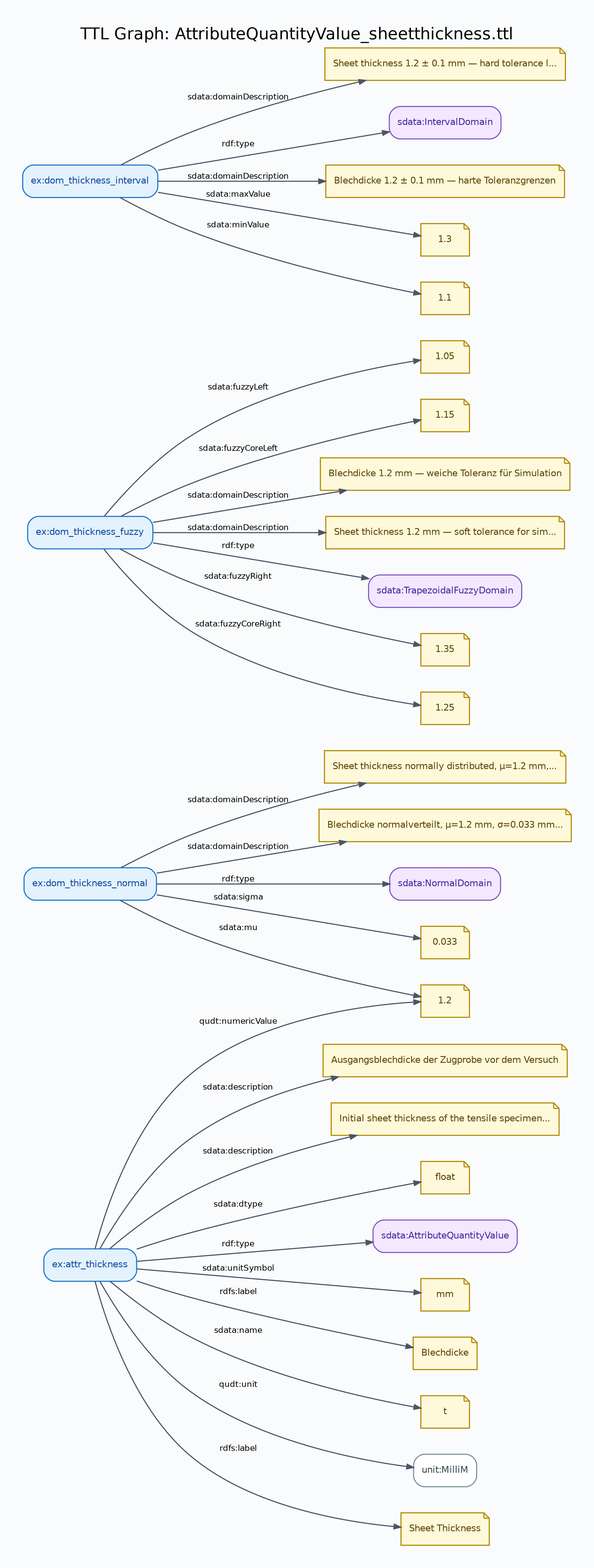
Before: docs/diagrams/AttributeQuantityValue_sheetthickness-graph.png, a diagram exported from Graphviz (lepy/sdata-ontology). Its source is kept beside it as docs/diagrams/AttributeQuantityValue_sheetthickness-graph.dot.
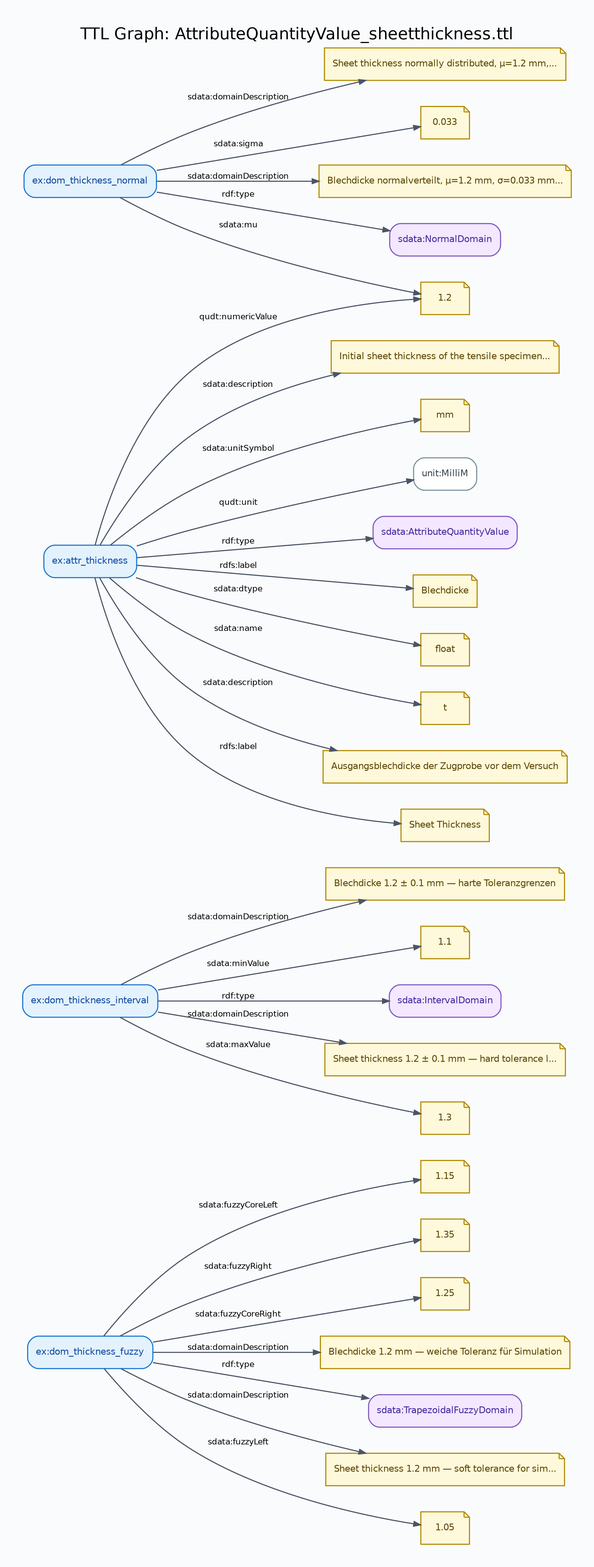
Later version of the same file.

Change to the diagram source:
```diff
@@ -26,101 +26,16 @@
 		fontsize=9,
 		penwidth=1.2
 	];
-	"uri::https://example.org/tensile-test/attr_thickness"	[color="#1976D2",
-		fillcolor="#E3F2FD",
-		fontcolor="#0D47A1",
-		label="ex:attr_thickness"];
-	"lit::Ausgangsblechdicke der Zugprobe vor dem Versuch::::de"	[color="#B08900",
-		fillcolor="#FFF9DB",
-		fontcolor="#5C4500",
-		label="Ausgangsblechdicke der Zugprobe vor dem Versuch",
-		shape=note];
-	"uri::https://example.org/tensile-test/attr_thickness" -> "lit::Ausgangsblechdicke der Zugprobe vor dem Versuch::::de"	[label="sdata:description"];
-	"lit::Initial sheet thickness of the tensile specimen before testing::::en"	[color="#B08900",
-		fillcolor="#FFF9DB",
-		fontcolor="#5C4500",
-		label="Initial sheet thickness of the tensile specimen...",
-		shape=note];
-	"uri::https://example.org/tensile-test/attr_thickness" -> "lit::Initial sheet thickness of the tensile specimen before testing::::en"	[label="sdata:description"];
-	"lit::1.2::http://www.w3.org/2001/XMLSchema#double::"	[color="#B08900",
-		fillcolor="#FFF9DB",
-		fontcolor="#5C4500",
-		label=1.2,
-		shape=note];
-	"uri::https://example.org/tensile-test/attr_thickness" -> "lit::1.2::http://www.w3.org/2001/XMLSchema#double::"	[label="qudt:numericValue"];
-	"uri::http://qudt.org/vocab/unit/MilliM"	[color="#78909C",
-		fillcolor="#FFFFFF",
-		fontcolor="#37474F",
-		label="unit:MilliM"];
-	"uri::https://example.org/tensile-test/attr_thickness" -> "uri::http://qudt.org/vocab/unit/MilliM"	[label="qudt:unit"];
-	"lit::Sheet Thickness::::en"	[color="#B08900",
-		fillcolor="#FFF9DB",
-		fontcolor="#5C4500",
-		label="Sheet Thickness",
-		shape=note];
-	"uri::https://example.org/tensile-test/attr_thickness" -> "lit::Sheet Thickness::::en"	[label="rdfs:label"];
-	"lit::float::::"	[color="#B08900",
-		fillcolor="#FFF9DB",
-		fontcolor="#5C4500",
-		label=float,
-		shape=note];
-	"uri::https://example.org/tensile-test/attr_thickness" -> "lit::float::::"	[label="sdata:dtype"];
-	"uri::https://w3id.org/sdata/core/AttributeQuantityValue"	[color="#7E57C2",
-		fillcolor="#F3E8FF",
-		fontcolor="#4527A0",
-		label="sdata:AttributeQuantityValue"];
-	"uri::https://example.org/tensile-test/attr_thickness" -> "uri::https://w3id.org/sdata/core/AttributeQuantityValue"	[label="rdf:type"];
-	"lit::mm::::"	[color="#B08900",
-		fillcolor="#FFF9DB",
-		fontcolor="#5C4500",
-		label=mm,
-		shape=note];
-	"uri::https://example.org/tensile-test/attr_thickness" -> "lit::mm::::"	[label="sdata:unitSymbol"];
-	"lit::Blechdicke::::de"	[color="#B08900",
-		fillcolor="#FFF9DB",
-		fontcolor="#5C4500",
-		label=Blechdicke,
-		shape=note];
-	"uri::https://example.org/tensile-test/attr_thickness" -> "lit::Blechdicke::::de"	[label="rdfs:label"];
-	"lit::t::::"	[color="#B08900",
-		fillcolor="#FFF9DB",
-		fontcolor="#5C4500",
-		label=t,
-		shape=note];
-	"uri::https://example.org/tensile-test/attr_thickness" -> "lit::t::::"	[label="sdata:name"];
 	"uri::https://example.org/tensile-test/dom_thickness_fuzzy"	[color="#1976D2",
 		fillcolor="#E3F2FD",
 		fontcolor="#0D47A1",
 		label="ex:dom_thickness_fuzzy"];
-	"lit::1.05::http://www.w3.org/2001/XMLSchema#double::"	[color="#B08900",
-		fillcolor="#FFF9DB",
-		fontcolor="#5C4500",
-		label=1.05,
-		shape=note];
-	"uri::https://example.org/tensile-test/dom_thickness_fuzzy" -> "lit::1.05::http://www.w3.org/2001/XMLSchema#double::"	[label="sdata:fuzzyLeft"];
 	"lit::1.15::http://www.w3.org/2001/XMLSchema#double::"	[color="#B08900",
 		fillcolor="#FFF9DB",
 		fontcolor="#5C4500",
 		label=1.15,
 		shape=note];
 	"uri::https://example.org/tensile-test/dom_thickness_fuzzy" -> "lit::1.15::http://www.w3.org/2001/XMLSchema#double::"	[label="sdata:fuzzyCoreLeft"];
-	"lit::Blechdicke 1.2 mm — weiche Toleranz für Simulation::::de"	[color="#B08900",
-		fillcolor="#FFF9DB",
-		fontcolor="#5C4500",
-		label="Blechdicke 1.2 mm — weiche Toleranz für Simulation",
-		shape=note];
-	"uri::https://example.org/tensile-test/dom_thickness_fuzzy" -> "lit::Blechdicke 1.2 mm — weiche Toleranz für Simulation::::de"	[label="sdata:domainDescription"];
-	"lit::Sheet thickness 1.2 mm — soft tolerance for simulation::::en"	[color="#B08900",
-		fillcolor="#FFF9DB",
-		fontcolor="#5C4500",
-		label="Sheet thickness 1.2 mm — soft tolerance for sim...",
-		shape=note];
-	"uri::https://example.org/tensile-test/dom_thickness_fuzzy" -> "lit::Sheet thickness 1.2 mm — soft tolerance for simulation::::en"	[label="sdata:domainDescription"];
-	"uri::https://w3id.org/sdata/core/TrapezoidalFuzzyDomain"	[color="#7E57C2",
-		fillcolor="#F3E8FF",
-		fontcolor="#4527A0",
-		label="sdata:TrapezoidalFuzzyDomain"];
-	"uri::https://example.org/tensile-test/dom_thickness_fuzzy" -> "uri::https://w3id.org/sdata/core/TrapezoidalFuzzyDomain"	[label="rdf:type"];
 	"lit::1.35::http://www.w3.org/2001/XMLSchema#double::"	[color="#B08900",
 		fillcolor="#FFF9DB",
 		fontcolor="#5C4500",
@@ -133,17 +48,84 @@
 		label=1.25,
 		shape=note];
 	"uri::https://example.org/tensile-test/dom_thickness_fuzzy" -> "lit::1.25::http://www.w3.org/2001/XMLSchema#double::"	[label="sdata:fuzzyCoreRight"];
+	"lit::Blechdicke 1.2 mm — weiche Toleranz für Simulation::::de"	[color="#B08900",
+		fillcolor="#FFF9DB",
+		fontcolor="#5C4500",
+		label="Blechdicke 1.2 mm — weiche Toleranz für Simulation",
+		shape=note];
+	"uri::https://example.org/tensile-test/dom_thickness_fuzzy" -> "lit::Blechdicke 1.2 mm — weiche Toleranz für Simulation::::de"	[label="sdata:domainDescription"];
+	"uri::https://w3id.org/sdata/core/TrapezoidalFuzzyDomain"	[color="#7E57C2",
+		fillcolor="#F3E8FF",
+		fontcolor="#4527A0",
+		label="sdata:TrapezoidalFuzzyDomain"];
+	"uri::https://example.org/tensile-test/dom_thickness_fuzzy" -> "uri::https://w3id.org/sdata/core/TrapezoidalFuzzyDomain"	[label="rdf:type"];
+	"lit::Sheet thickness 1.2 mm — soft tolerance for simulation::::en"	[color="#B08900",
+		fillcolor="#FFF9DB",
+		fontcolor="#5C4500",
+		label="Sheet thickness 1.2 mm — soft tolerance for sim...",
+		shape=note];
+	"uri::https://example.org/tensile-test/dom_thickness_fuzzy" -> "lit::Sheet thickness 1.2 mm — soft tolerance for simulation::::en"	[label="sdata:domainDescription"];
+	"lit::1.05::http://www.w3.org/2001/XMLSchema#double::"	[color="#B08900",
+		fillcolor="#FFF9DB",
+		fontcolor="#5C4500",
+		label=1.05,
+		shape=note];
+	"uri::https://example.org/tensile-test/dom_thickness_fuzzy" -> "lit::1.05::http://www.w3.org/2001/XMLSchema#double::"	[label="sdata:fuzzyLeft"];
+	"uri::https://example.org/tensile-test/dom_thickness_interval"	[color="#1976D2",
+		fillcolor="#E3F2FD",
+		fontcolor="#0D47A1",
+		label="ex:dom_thickness_interval"];
+	"lit::Blechdicke 1.2 ± 0.1 mm — harte Toleranzgrenzen::::de"	[color="#B08900",
+		fillcolor="#FFF9DB",
+		fontcolor="#5C4500",
+		label="Blechdicke 1.2 ± 0.1 mm — harte Toleranzgrenzen",
+		shape=note];
+	"uri::https://example.org/tensile-test/dom_thickness_interval" -> "lit::Blechdicke 1.2 ± 0.1 mm — harte Toleranzgrenzen::::de"	[label="sdata:domainDescription"];
+	"lit::1.1::http://www.w3.org/2001/XMLSchema#double::"	[color="#B08900",
+		fillcolor="#FFF9DB",
+		fontcolor="#5C4500",
+		label=1.1,
+		shape=note];
+	"uri::https://example.org/tensile-test/dom_thickness_interval" -> "lit::1.1::http://www.w3.org/2001/XMLSchema#double::"	[label="sdata:minValue"];
+	"uri::https://w3id.org/sdata/core/IntervalDomain"	[color="#7E57C2",
+		fillcolor="#F3E8FF",
+		fontcolor="#4527A0",
+		label="sdata:IntervalDomain"];
+	"uri::https://example.org/tensile-test/dom_thickness_interval" -> "uri::https://w3id.org/sdata/core/IntervalDomain"	[label="rdf:type"];
+	"lit::Sheet thickness 1.2 ± 0.1 mm — hard tolerance limits::::en"	[color="#B08900",
+		fillcolor="#FFF9DB",
+		fontcolor="#5C4500",
+		label="Sheet thickness 1.2 ± 0.1 mm — hard tolerance l...",
+		shape=note];
+	"uri::https://example.org/tensile-test/dom_thickness_interval" -> "lit::Sheet thickness 1.2 ± 0.1 mm — hard tolerance limits::::en"	[label="sdata:domainDescription"];
+	"lit::1.3::http://www.w3.org/2001/XMLSchema#double::"	[color="#B08900",
+		fillcolor="#FFF9DB",
+		fontcolor="#5C4500",
+		label=1.3,
+		shape=note];
+	"uri::https://example.org/tensile-test/dom_thickness_interval" -> "lit::1.3::http://www.w3.org/2001/XMLSchema#double::"	[label="sdata:maxValue"];
 	"uri::https://example.org/tensile-test/dom_thickness_normal"	[color="#1976D2",
 		fillcolor="#E3F2FD",
 		fontcolor="#0D47A1",
 		label="ex:dom_thickness_normal"];
-	"uri::https://example.org/tensile-test/dom_thickness_normal" -> "lit::1.2::http://www.w3.org/2001/XMLSchema#double::"	[label="sdata:mu"];
 	"lit::Sheet thickness normally distributed, μ=1.2 mm, σ=0.033 mm (3σ=0.1 mm)::::en"	[color="#B08900",
 		fillcolor="#FFF9DB",
 		fontcolor="#5C4500",
 		label="Sheet thickness normally distributed, μ=1.2 mm,...",
 		shape=note];
 	"uri::https://example.org/tensile-test/dom_thickness_normal" -> "lit::Sheet thickness normally distributed, μ=1.2 mm, σ=0.033 mm (3σ=0.1 mm)::::en"	[label="sdata:domainDescription"];
+	"lit::0.033::http://www.w3.org/2001/XMLSchema#double::"	[color="#B08900",
+		fillcolor="#FFF9DB",
+		fontcolor="#5C4500",
+		label=0.033,
+		shape=note];
+	"uri::https://example.org/tensile-test/dom_thickness_normal" -> "lit::0.033::http://www.w3.org/2001/XMLSchema#double::"	[label="sdata:sigma"];
+	"lit::1.2::http://www.w3.org/2001/XMLSchema#double::"	[color="#B08900",
+		fillcolor="#FFF9DB",
+		fontcolor="#5C4500",
+		label=1.2,
+		shape=note];
+	"uri::https://example.org/tensile-test/dom_thickness_normal" -> "lit::1.2::http://www.w3.org/2001/XMLSchema#double::"	[label="sdata:mu"];
 	"lit::Blechdicke normalverteilt, μ=1.2 mm, σ=0.033 mm (3σ=0.1 mm)::::de"	[color="#B08900",
 		fillcolor="#FFF9DB",
 		fontcolor="#5C4500",
@@ -155,43 +137,61 @@
 		fontcolor="#4527A0",
 		label="sdata:NormalDomain"];
 	"uri::https://example.org/tensile-test/dom_thickness_normal" -> "uri::https://w3id.org/sdata/core/NormalDomain"	[label="rdf:type"];
-	"lit::0.033::http://www.w3.org/2001/XMLSchema#double::"	[color="#B08900",
+	"uri::https://example.org/tensile-test/attr_thickness"	[color="#1976D2",
+		fillcolor="#E3F2FD",
+		fontcolor="#0D47A1",
+		label="ex:attr_thickness"];
+	"lit::float::::"	[color="#B08900",
 		fillcolor="#FFF9DB",
 		fontcolor="#5C4500",
-		label=0.033,
+		label=float,
 		shape=note];
-	"uri::https://example.org/tensile-test/dom_thickness_normal" -> "lit::0.033::http://www.w3.org/2001/XMLSchema#double::"	[label="sdata:sigma"];
-	"uri::https://example.org/tensile-test/dom_thickness_interval"	[color="#1976D2",
-		fillcolor="#E3F2FD",
-		fontcolor="#0D47A1",
-		label="ex:dom_thickness_interval"];
-	"lit::Sheet thickness 1.2 ± 0.1 mm — hard tolerance limits::::en"	[color="#B08900",
+	"uri::https://example.org/tensile-test/attr_thickness" -> "lit::float::::"	[label="sdata:dtype"];
+	"uri::https://example.org/tensile-test/attr_thickness" -> "lit::1.2::http://www.w3.org/2001/XMLSchema#double::"	[label="qudt:numericValue"];
+	"lit::t::::"	[color="#B08900",
 		fillcolor="#FFF9DB",
 		fontcolor="#5C4500",
-		label="Sheet thickness 1.2 ± 0.1 mm — hard tolerance l...",
+		label=t,
 		shape=note];
-	"uri::https://example.org/tensile-test/dom_thickness_interval" -> "lit::Sheet thickness 1.2 ± 0.1 mm — hard tolerance limits::::en"	[label="sdata:domainDescription"];
-	"uri::https://w3id.org/sdata/core/IntervalDomain"	[color="#7E57C2",
+	"uri::https://example.org/tensile-test/attr_thickness" -> "lit::t::::"	[label="sdata:name"];
+	"lit::Ausgangsblechdicke der Zugprobe vor dem Versuch::::de"	[color="#B08900",
+		fillcolor="#FFF9DB",
+		fontcolor="#5C4500",
+		label="Ausgangsblechdicke der Zugprobe vor dem Versuch",
+		shape=note];
+	"uri::https://example.org/tensile-test/attr_thickness" -> "lit::Ausgangsblechdicke der Zugprobe vor dem Versuch::::de"	[label="sdata:description"];
+	"lit::Sheet Thickness::::en"	[color="#B08900",
+		fillcolor="#FFF9DB",
+		fontcolor="#5C4500",
+		label="Sheet Thickness",
+		shape=note];
+	"uri::https://example.org/tensile-test/attr_thickness" -> "lit::Sheet Thickness::::en"	[label="rdfs:label"];
+	"lit::Initial sheet thickness of the tensile specimen before testing::::en"	[color="#B08900",
+		fillcolor="#FFF9DB",
+		fontcolor="#5C4500",
+		label="Initial sheet thickness of the tensile specimen...",
+		shape=note];
+	"uri::https://example.org/tensile-test/attr_thickness" -> "lit::Initial sheet thickness of the tensile specimen before testing::::en"	[label="sdata:description"];
+	"lit::mm::::"	[color="#B08900",
+		fillcolor="#FFF9DB",
+		fontcolor="#5C4500",
+		label=mm,
+		shape=note];
+	"uri::https://example.org/tensile-test/attr_thickness" -> "lit::mm::::"	[label="sdata:unitSymbol"];
+	"uri::http://qudt.org/vocab/unit/MilliM"	[color="#78909C",
+		fillcolor="#FFFFFF",
+		fontcolor="#37474F",
+		label="unit:MilliM"];
+	"uri::https://example.org/tensile-test/attr_thickness" -> "uri::http://qudt.org/vocab/unit/MilliM"	[label="qudt:unit"];
+	"uri::https://w3id.org/sdata/core/AttributeQuantityValue"	[color="#7E57C2",
 		fillcolor="#F3E8FF",
 		fontcolor="#4527A0",
-		label="sdata:IntervalDomain"];
-	"uri::https://example.org/tensile-test/dom_thickness_interval" -> "uri::https://w3id.org/sdata/core/IntervalDomain"	[label="rdf:type"];
-	"lit::Blechdicke 1.2 ± 0.1 mm — harte Toleranzgrenzen::::de"	[color="#B08900",
+		label="sdata:AttributeQuantityValue"];
+	"uri::https://example.org/tensile-test/attr_thickness" -> "uri::https://w3id.org/sdata/core/AttributeQuantityValue"	[label="rdf:type"];
+	"lit::Blechdicke::::de"	[color="#B08900",
 		fillcolor="#FFF9DB",
 		fontcolor="#5C4500",
-		label="Blechdicke 1.2 ± 0.1 mm — harte Toleranzgrenzen",
+		label=Blechdicke,
 		shape=note];
-	"uri::https://example.org/tensile-test/dom_thickness_interval" -> "lit::Blechdicke 1.2 ± 0.1 mm — harte Toleranzgrenzen::::de"	[label="sdata:domainDescription"];
-	"lit::1.3::http://www.w3.org/2001/XMLSchema#double::"	[color="#B08900",
-		fillcolor="#FFF9DB",
-		fontcolor="#5C4500",
-		label=1.3,
-		shape=note];
-	"uri::https://example.org/tensile-test/dom_thickness_interval" -> "lit::1.3::http://www.w3.org/2001/XMLSchema#double::"	[label="sdata:maxValue"];
-	"lit::1.1::http://www.w3.org/2001/XMLSchema#double::"	[color="#B08900",
-		fillcolor="#FFF9DB",
-		fontcolor="#5C4500",
-		label=1.1,
-		shape=note];
-	"uri::https://example.org/tensile-test/dom_thickness_interval" -> "lit::1.1::http://www.w3.org/2001/XMLSchema#double::"	[label="sdata:minValue"];
+	"uri::https://example.org/tensile-test/attr_thickness" -> "lit::Blechdicke::::de"	[label="rdfs:label"];
 }
```
